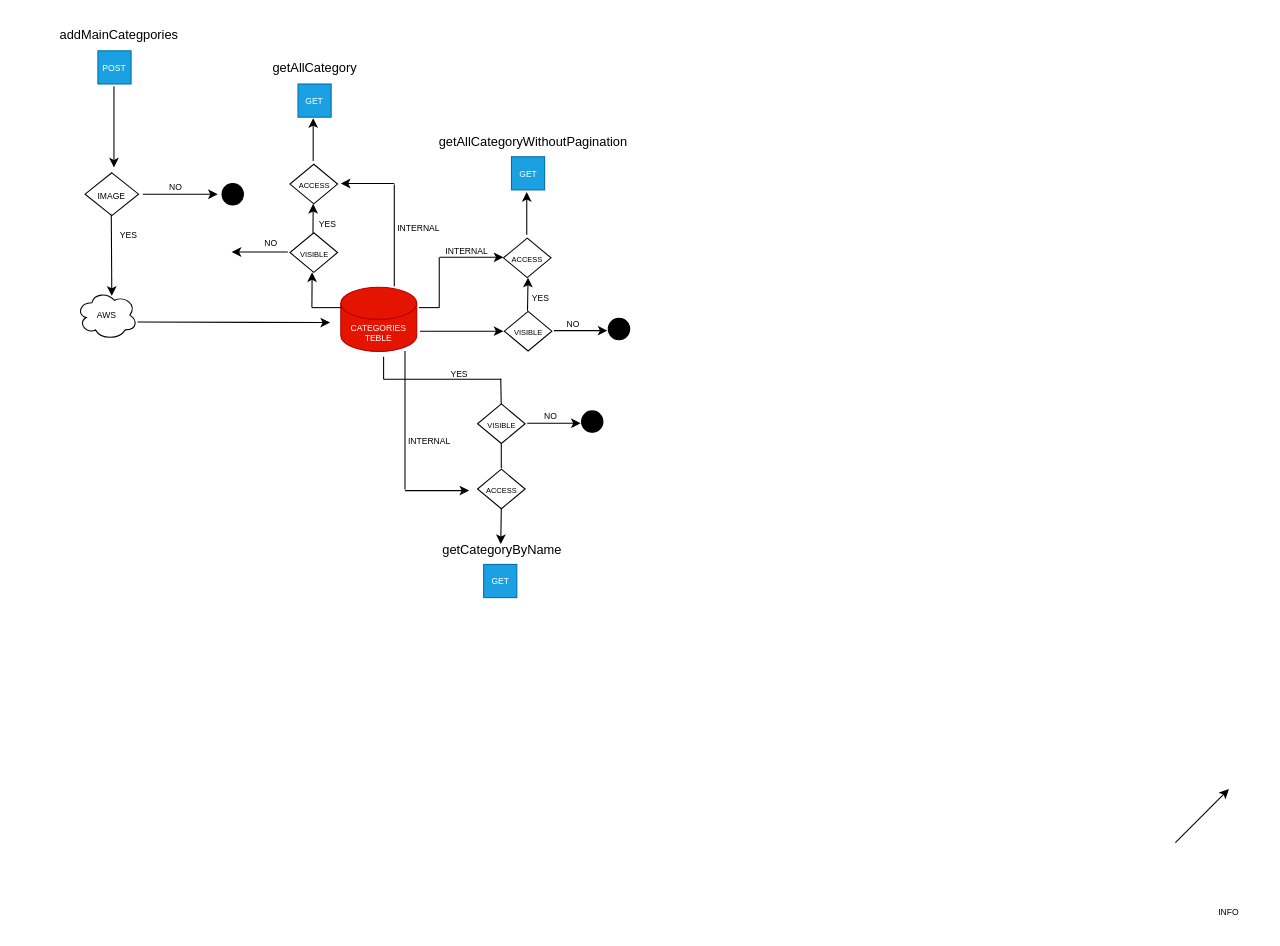
The draw.io diagram Untitled Diagram.drawio in ketdev-og/stackoverflow_test, before the edit. Source tidied: cells renumbered, new cells numbered last; positions are measured from the earlier drawing's top-left corner, leaving out a move shared by most shapes. Both pictures are drawn from the tidied source at 107%, with x=0, y=0 at pixel (76, 18).
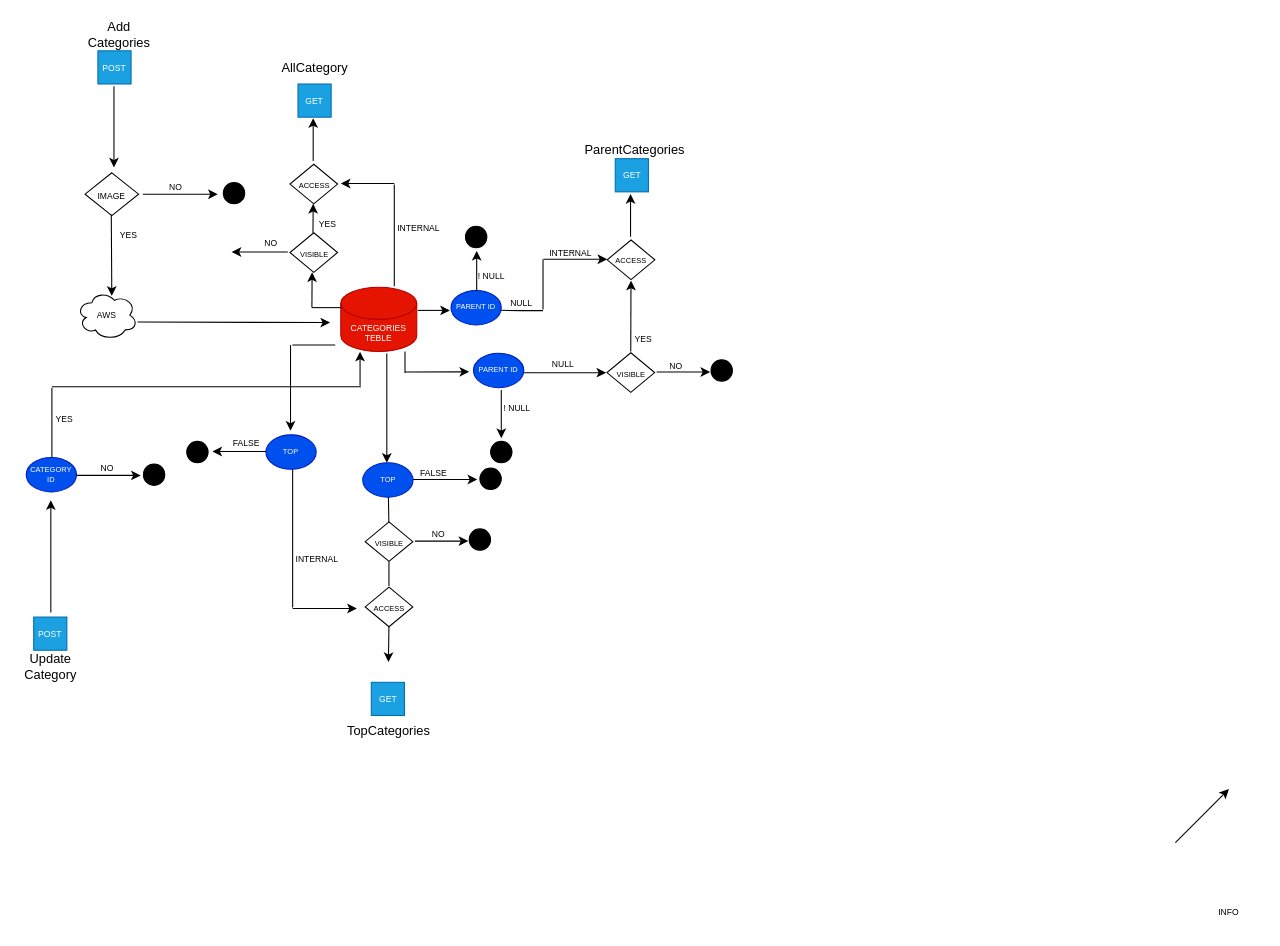
The same diagram, later.

Change to the diagram source:
```diff
@@
     <mxCell id="10" style="ellipse;whiteSpace=wrap;html=1;fontSize=8;fillColor=#000000;" parent="1" vertex="1">
-      <mxGeometry x="136" y="154" width="20" height="20" as="geometry" />
+      <mxGeometry x="137.2" y="153" width="20" height="20" as="geometry" />
     </mxCell>
@@
-    <mxCell id="15" value="addMainCategpories" style="text;html=1;strokeColor=none;fillColor=none;align=center;verticalAlign=middle;whiteSpace=wrap;rounded=0;" parent="1" vertex="1">
+    <mxCell id="15" value="Add Categories" style="text;html=1;strokeColor=none;fillColor=none;align=center;verticalAlign=middle;whiteSpace=wrap;rounded=0;" parent="1" vertex="1">
       <mxGeometry x="10" width="60" height="30" as="geometry" />
     </mxCell>
@@
-    <mxCell id="17" value="getAllCategory" style="text;html=1;strokeColor=none;fillColor=none;align=center;verticalAlign=middle;whiteSpace=wrap;rounded=0;" parent="1" vertex="1">
+    <mxCell id="17" value="AllCategory" style="text;html=1;strokeColor=none;fillColor=none;align=center;verticalAlign=middle;whiteSpace=wrap;rounded=0;" parent="1" vertex="1">
       <mxGeometry x="192.5" y="31" width="60" height="30" as="geometry" />
     </mxCell>
@@
     <mxCell id="29" style="ellipse;whiteSpace=wrap;html=1;fontSize=8;fillColor=#000000;" parent="1" vertex="1">
-      <mxGeometry x="497" y="280" width="20" height="20" as="geometry" />
+      <mxGeometry x="593" y="318.8" width="20" height="20" as="geometry" />
     </mxCell>
@@
     <mxCell id="32" value="GET" style="whiteSpace=wrap;html=1;fontSize=8;fillColor=#1ba1e2;fontColor=#ffffff;strokeColor=#006EAF;" parent="1" vertex="1">
-      <mxGeometry x="406.5" y="129" width="31" height="31" as="geometry" />
+      <mxGeometry x="503.5" y="130.8" width="31" height="31" as="geometry" />
     </mxCell>
-    <mxCell id="33" value="getAllCategoryWithoutPagination" style="text;html=1;strokeColor=none;fillColor=none;align=center;verticalAlign=middle;whiteSpace=wrap;rounded=0;" parent="1" vertex="1">
-      <mxGeometry x="397" y="100" width="60" height="30" as="geometry" />
-    </mxCell>
     <mxCell id="34" value="&lt;font style=&quot;font-size: 7px;&quot;&gt;ACCESS&lt;/font&gt;" style="rhombus;whiteSpace=wrap;html=1;" parent="1" vertex="1">
-      <mxGeometry x="399" y="205" width="44.5" height="37" as="geometry" />
+      <mxGeometry x="496" y="206.8" width="44.5" height="37" as="geometry" />
     </mxCell>
     <mxCell id="35" style="endArrow=classic;html=1;rounded=0;fontSize=7;" parent="1" edge="1">
       <mxGeometry relative="1" as="geometry">
-        <mxPoint x="420.8" y="202" as="sourcePoint" />
-        <mxPoint x="420.8" y="162" as="targetPoint" />
+        <mxPoint x="517.8" y="203.8" as="sourcePoint" />
+        <mxPoint x="517.8" y="163.8" as="targetPoint" />
       </mxGeometry>
     </mxCell>
     <mxCell id="36" style="endArrow=classic;html=1;rounded=0;fontSize=7;" parent="1" edge="1">
       <mxGeometry relative="1" as="geometry">
-        <mxPoint x="339.5" y="223" as="sourcePoint" />
-        <mxPoint x="399" y="223" as="targetPoint" />
+        <mxPoint x="436.5" y="224.8" as="sourcePoint" />
+        <mxPoint x="496" y="224.8" as="targetPoint" />
       </mxGeometry>
     </mxCell>
     <mxCell id="37" style="endArrow=none;html=1;rounded=0;fontSize=7;" parent="1" edge="1">
       <mxGeometry relative="1" as="geometry">
-        <mxPoint x="339" y="270" as="sourcePoint" />
-        <mxPoint x="339" y="223" as="targetPoint" />
+        <mxPoint x="436" y="271.8" as="sourcePoint" />
+        <mxPoint x="436" y="224.8" as="targetPoint" />
       </mxGeometry>
     </mxCell>
     <mxCell id="38" style="endArrow=none;html=1;rounded=0;fontSize=7;" parent="1" edge="1">
       <mxGeometry relative="1" as="geometry">
-        <mxPoint x="320" y="270" as="sourcePoint" />
-        <mxPoint x="339" y="270" as="targetPoint" />
+        <mxPoint x="396" y="272.5" as="sourcePoint" />
+        <mxPoint x="436" y="272.8" as="targetPoint" />
+        <Array as="points">
+          <mxPoint x="416" y="272.8" />
+        </Array>
       </mxGeometry>
     </mxCell>
     <mxCell id="39" value="INTERNAL" style="text;html=1;strokeColor=none;fillColor=none;align=center;verticalAlign=middle;whiteSpace=wrap;rounded=0;fontSize=8;" parent="1" vertex="1">
-      <mxGeometry x="335" y="202" width="60" height="30" as="geometry" />
+      <mxGeometry x="432" y="203.8" width="60" height="30" as="geometry" />
     </mxCell>
     <mxCell id="40" value="&lt;span style=&quot;font-size: 7px;&quot;&gt;VISIBLE&lt;/span&gt;" style="rhombus;whiteSpace=wrap;html=1;" parent="1" vertex="1">
-      <mxGeometry x="399.8" y="273.5" width="44.5" height="37" as="geometry" />
+      <mxGeometry x="495.8" y="312.2" width="44.5" height="37" as="geometry" />
     </mxCell>
     <mxCell id="41" value="YES" style="text;html=1;strokeColor=none;fillColor=none;align=center;verticalAlign=middle;whiteSpace=wrap;rounded=0;fontSize=8;" parent="1" vertex="1">
-      <mxGeometry x="404" y="246" width="60" height="30" as="geometry" />
+      <mxGeometry x="500" y="284.8" width="60" height="30" as="geometry" />
     </mxCell>
     <mxCell id="42" style="endArrow=classic;html=1;rounded=0;fontSize=7;" parent="1" edge="1">
       <mxGeometry relative="1" as="geometry">
-        <mxPoint x="421.5" y="273" as="sourcePoint" />
-        <mxPoint x="422" y="242" as="targetPoint" />
+        <mxPoint x="518" y="311" as="sourcePoint" />
+        <mxPoint x="518.2" y="244.8" as="targetPoint" />
       </mxGeometry>
     </mxCell>
     <mxCell id="43" style="endArrow=classic;html=1;rounded=0;fontSize=7;" parent="1" edge="1">
       <mxGeometry relative="1" as="geometry">
-        <mxPoint x="446.2" y="291.5" as="sourcePoint" />
-        <mxPoint x="496.2" y="291.5" as="targetPoint" />
+        <mxPoint x="542.2" y="330.2" as="sourcePoint" />
+        <mxPoint x="592.2" y="330.2" as="targetPoint" />
       </mxGeometry>
     </mxCell>
     <mxCell id="44" value="NO" style="text;html=1;strokeColor=none;fillColor=none;align=center;verticalAlign=middle;whiteSpace=wrap;rounded=0;fontSize=8;" parent="1" vertex="1">
-      <mxGeometry x="437.5" y="276" width="53" height="20" as="geometry" />
+      <mxGeometry x="533.5" y="314.8" width="53" height="20" as="geometry" />
     </mxCell>
     <mxCell id="45" style="endArrow=classic;html=1;rounded=0;fontSize=7;" parent="1" edge="1">
       <mxGeometry relative="1" as="geometry">
-        <mxPoint x="321" y="292" as="sourcePoint" />
-        <mxPoint x="399" y="292" as="targetPoint" />
+        <mxPoint x="417" y="330.8" as="sourcePoint" />
+        <mxPoint x="495" y="330.8" as="targetPoint" />
       </mxGeometry>
     </mxCell>
     <mxCell id="46" value="GET" style="whiteSpace=wrap;html=1;fontSize=8;fillColor=#1ba1e2;fontColor=#ffffff;strokeColor=#006EAF;" parent="1" vertex="1">
-      <mxGeometry x="380.5" y="510" width="31" height="31" as="geometry" />
+      <mxGeometry x="275.5" y="620.2" width="31" height="31" as="geometry" />
     </mxCell>
-    <mxCell id="47" value="getCategoryByName" style="text;html=1;strokeColor=none;fillColor=none;align=center;verticalAlign=middle;whiteSpace=wrap;rounded=0;" parent="1" vertex="1">
-      <mxGeometry x="368" y="482" width="60" height="30" as="geometry" />
-    </mxCell>
     <mxCell id="48" value="&lt;font style=&quot;font-size: 7px;&quot;&gt;ACCESS&lt;/font&gt;" style="rhombus;whiteSpace=wrap;html=1;" parent="1" vertex="1">
-      <mxGeometry x="374.8" y="421" width="44.5" height="37" as="geometry" />
+      <mxGeometry x="269.8" y="531.2" width="44.5" height="37" as="geometry" />
     </mxCell>
     <mxCell id="49" style="endArrow=classic;html=1;rounded=0;fontSize=7;" parent="1" edge="1">
       <mxGeometry relative="1" as="geometry">
-        <mxPoint x="397" y="458" as="sourcePoint" />
-        <mxPoint x="396.5" y="491" as="targetPoint" />
+        <mxPoint x="292" y="568.2" as="sourcePoint" />
+        <mxPoint x="291.5" y="601.2" as="targetPoint" />
       </mxGeometry>
     </mxCell>
     <mxCell id="50" style="endArrow=none;html=1;rounded=0;fontSize=7;" parent="1" edge="1">
       <mxGeometry relative="1" as="geometry">
-        <mxPoint x="307" y="440" as="sourcePoint" />
-        <mxPoint x="307" y="310.5" as="targetPoint" />
+        <mxPoint x="202" y="550.2" as="sourcePoint" />
+        <mxPoint x="202" y="420.8" as="targetPoint" />
       </mxGeometry>
     </mxCell>
     <mxCell id="51" style="endArrow=classic;html=1;rounded=0;fontSize=7;" parent="1" edge="1">
       <mxGeometry relative="1" as="geometry">
-        <mxPoint x="307" y="441" as="sourcePoint" />
-        <mxPoint x="367" y="441" as="targetPoint" />
+        <mxPoint x="202" y="551.2" as="sourcePoint" />
+        <mxPoint x="262" y="551.2" as="targetPoint" />
       </mxGeometry>
     </mxCell>
     <mxCell id="52" value="INTERNAL" style="text;html=1;strokeColor=none;fillColor=none;align=center;verticalAlign=middle;whiteSpace=wrap;rounded=0;fontSize=8;" parent="1" vertex="1">
-      <mxGeometry x="300" y="380" width="60" height="30" as="geometry" />
+      <mxGeometry x="195" y="490.2" width="60" height="30" as="geometry" />
     </mxCell>
-    <mxCell id="53" style="endArrow=none;html=1;rounded=0;fontSize=7;" parent="1" edge="1">
-      <mxGeometry relative="1" as="geometry">
-        <mxPoint x="287" y="337" as="sourcePoint" />
-        <mxPoint x="397" y="337" as="targetPoint" />
-      </mxGeometry>
-    </mxCell>
-    <mxCell id="54" style="endArrow=none;html=1;rounded=0;fontSize=7;" parent="1" edge="1">
-      <mxGeometry relative="1" as="geometry">
-        <mxPoint x="287" y="316" as="sourcePoint" />
-        <mxPoint x="287" y="337" as="targetPoint" />
-      </mxGeometry>
-    </mxCell>
     <mxCell id="55" style="endArrow=none;html=1;rounded=0;fontSize=7;" parent="1" edge="1">
       <mxGeometry relative="1" as="geometry">
-        <mxPoint x="396.5" y="336.5" as="sourcePoint" />
-        <mxPoint x="397" y="364" as="targetPoint" />
+        <mxPoint x="291.5" y="446.8" as="sourcePoint" />
+        <mxPoint x="292" y="474.2" as="targetPoint" />
       </mxGeometry>
     </mxCell>
     <mxCell id="56" value="&lt;span style=&quot;font-size: 7px;&quot;&gt;VISIBLE&lt;/span&gt;" style="rhombus;whiteSpace=wrap;html=1;" parent="1" vertex="1">
-      <mxGeometry x="374.8" y="360" width="44.5" height="37" as="geometry" />
+      <mxGeometry x="269.8" y="470.2" width="44.5" height="37" as="geometry" />
     </mxCell>
     <mxCell id="57" style="endArrow=none;html=1;rounded=0;fontSize=7;" parent="1" edge="1">
       <mxGeometry relative="1" as="geometry">
-        <mxPoint x="397" y="420" as="sourcePoint" />
-        <mxPoint x="397" y="397" as="targetPoint" />
+        <mxPoint x="292" y="530.2" as="sourcePoint" />
+        <mxPoint x="292" y="507.2" as="targetPoint" />
       </mxGeometry>
     </mxCell>
     <mxCell id="58" style="ellipse;whiteSpace=wrap;html=1;fontSize=8;fillColor=#000000;" parent="1" vertex="1">
-      <mxGeometry x="472" y="366.5" width="20" height="20" as="geometry" />
+      <mxGeometry x="367" y="476.8" width="20" height="20" as="geometry" />
     </mxCell>
     <mxCell id="59" style="endArrow=classic;html=1;rounded=0;fontSize=7;" parent="1" edge="1">
       <mxGeometry relative="1" as="geometry">
-        <mxPoint x="421.2" y="378" as="sourcePoint" />
-        <mxPoint x="471.2" y="378" as="targetPoint" />
+        <mxPoint x="316.2" y="488.2" as="sourcePoint" />
+        <mxPoint x="366.2" y="488.2" as="targetPoint" />
       </mxGeometry>
     </mxCell>
     <mxCell id="60" value="NO" style="text;html=1;strokeColor=none;fillColor=none;align=center;verticalAlign=middle;whiteSpace=wrap;rounded=0;fontSize=8;" parent="1" vertex="1">
-      <mxGeometry x="417.2" y="362" width="53" height="20" as="geometry" />
+      <mxGeometry x="312.2" y="472.2" width="53" height="20" as="geometry" />
     </mxCell>
+    <mxCell id="62" value="ParentCategories" style="text;html=1;strokeColor=none;fillColor=none;align=center;verticalAlign=middle;whiteSpace=wrap;rounded=0;" parent="1" vertex="1">
+      <mxGeometry x="492" y="107.8" width="60" height="30" as="geometry" />
+    </mxCell>
+    <mxCell id="63" value="PARENT ID" style="ellipse;whiteSpace=wrap;html=1;fontSize=7;fillColor=#0050ef;fontColor=#ffffff;strokeColor=#001DBC;" parent="1" vertex="1">
+      <mxGeometry x="350" y="254" width="47" height="32.2" as="geometry" />
+    </mxCell>
+    <mxCell id="64" style="endArrow=classic;html=1;rounded=0;fontSize=7;" parent="1" edge="1">
+      <mxGeometry relative="1" as="geometry">
+        <mxPoint x="374" y="254" as="sourcePoint" />
+        <mxPoint x="374" y="217" as="targetPoint" />
+      </mxGeometry>
+    </mxCell>
+    <mxCell id="65" value="! NULL" style="text;html=1;strokeColor=none;fillColor=none;align=center;verticalAlign=middle;whiteSpace=wrap;rounded=0;fontSize=8;" parent="1" vertex="1">
+      <mxGeometry x="358" y="226" width="60" height="30" as="geometry" />
+    </mxCell>
+    <mxCell id="66" style="ellipse;whiteSpace=wrap;html=1;fontSize=8;fillColor=#000000;" parent="1" vertex="1">
+      <mxGeometry x="363.5" y="194" width="20" height="20" as="geometry" />
+    </mxCell>
+    <mxCell id="67" style="endArrow=classic;html=1;rounded=0;fontSize=7;" parent="1" edge="1">
+      <mxGeometry relative="1" as="geometry">
+        <mxPoint x="319" y="272.6" as="sourcePoint" />
+        <mxPoint x="349" y="272.6" as="targetPoint" />
+      </mxGeometry>
+    </mxCell>
+    <mxCell id="68" value="PARENT ID" style="ellipse;whiteSpace=wrap;html=1;fontSize=7;fillColor=#0050ef;fontColor=#ffffff;strokeColor=#001DBC;" parent="1" vertex="1">
+      <mxGeometry x="371" y="312.6" width="47" height="32.2" as="geometry" />
+    </mxCell>
+    <mxCell id="69" style="endArrow=classic;html=1;rounded=0;fontSize=7;" parent="1" edge="1">
+      <mxGeometry relative="1" as="geometry">
+        <mxPoint x="397" y="346.9" as="sourcePoint" />
+        <mxPoint x="397" y="392" as="targetPoint" />
+      </mxGeometry>
+    </mxCell>
+    <mxCell id="70" value="! NULL" style="text;html=1;strokeColor=none;fillColor=none;align=center;verticalAlign=middle;whiteSpace=wrap;rounded=0;fontSize=8;" parent="1" vertex="1">
+      <mxGeometry x="381.5" y="349.2" width="60" height="30" as="geometry" />
+    </mxCell>
+    <mxCell id="71" value="NULL" style="text;html=1;strokeColor=none;fillColor=none;align=center;verticalAlign=middle;whiteSpace=wrap;rounded=0;fontSize=8;" parent="1" vertex="1">
+      <mxGeometry x="386" y="251" width="60" height="30" as="geometry" />
+    </mxCell>
+    <mxCell id="72" value="NULL" style="text;html=1;strokeColor=none;fillColor=none;align=center;verticalAlign=middle;whiteSpace=wrap;rounded=0;fontSize=8;" parent="1" vertex="1">
+      <mxGeometry x="425" y="307.8" width="60" height="30" as="geometry" />
+    </mxCell>
+    <mxCell id="73" style="ellipse;whiteSpace=wrap;html=1;fontSize=8;fillColor=#000000;" parent="1" vertex="1">
+      <mxGeometry x="387" y="395" width="20" height="20" as="geometry" />
+    </mxCell>
+    <mxCell id="74" style="endArrow=none;html=1;rounded=0;fontSize=7;" parent="1" edge="1">
+      <mxGeometry relative="1" as="geometry">
+        <mxPoint x="307" y="311" as="sourcePoint" />
+        <mxPoint x="307" y="331" as="targetPoint" />
+      </mxGeometry>
+    </mxCell>
+    <mxCell id="75" style="endArrow=classic;html=1;rounded=0;fontSize=7;" parent="1" edge="1">
+      <mxGeometry relative="1" as="geometry">
+        <mxPoint x="307" y="330.2" as="sourcePoint" />
+        <mxPoint x="367" y="330" as="targetPoint" />
+      </mxGeometry>
+    </mxCell>
+    <mxCell id="76" value="TopCategories" style="text;html=1;strokeColor=none;fillColor=none;align=center;verticalAlign=middle;whiteSpace=wrap;rounded=0;" parent="1" vertex="1">
+      <mxGeometry x="262" y="651.2" width="60" height="30" as="geometry" />
+    </mxCell>
+    <mxCell id="77" value="TOP" style="ellipse;whiteSpace=wrap;html=1;fontSize=7;fillColor=#0050ef;fontColor=#ffffff;strokeColor=#001DBC;" parent="1" vertex="1">
+      <mxGeometry x="267.5" y="415" width="47" height="32.2" as="geometry" />
+    </mxCell>
+    <mxCell id="78" style="endArrow=classic;html=1;rounded=0;fontSize=7;" parent="1" edge="1">
+      <mxGeometry relative="1" as="geometry">
+        <mxPoint x="290" y="312.8" as="sourcePoint" />
+        <mxPoint x="290" y="415" as="targetPoint" />
+      </mxGeometry>
+    </mxCell>
+    <mxCell id="79" value="TOP" style="ellipse;whiteSpace=wrap;html=1;fontSize=7;fillColor=#0050ef;fontColor=#ffffff;strokeColor=#001DBC;" parent="1" vertex="1">
+      <mxGeometry x="177" y="388.9" width="47" height="32.2" as="geometry" />
+    </mxCell>
+    <mxCell id="80" style="endArrow=classic;html=1;rounded=0;fontSize=7;" parent="1" edge="1">
+      <mxGeometry relative="1" as="geometry">
+        <mxPoint x="314.5" y="430.6" as="sourcePoint" />
+        <mxPoint x="374.5" y="430.6" as="targetPoint" />
+      </mxGeometry>
+    </mxCell>
+    <mxCell id="81" value="FALSE" style="text;html=1;strokeColor=none;fillColor=none;align=center;verticalAlign=middle;whiteSpace=wrap;rounded=0;fontSize=8;" parent="1" vertex="1">
+      <mxGeometry x="303.5" y="410" width="60" height="30" as="geometry" />
+    </mxCell>
+    <mxCell id="82" style="ellipse;whiteSpace=wrap;html=1;fontSize=8;fillColor=#000000;" parent="1" vertex="1">
+      <mxGeometry x="377" y="420" width="20" height="20" as="geometry" />
+    </mxCell>
+    <mxCell id="83" style="endArrow=classic;html=1;rounded=0;fontSize=7;" parent="1" edge="1">
+      <mxGeometry relative="1" as="geometry">
+        <mxPoint x="177" y="404.5" as="sourcePoint" />
+        <mxPoint x="127" y="404.5" as="targetPoint" />
+      </mxGeometry>
+    </mxCell>
+    <mxCell id="84" value="FALSE" style="text;html=1;strokeColor=none;fillColor=none;align=center;verticalAlign=middle;whiteSpace=wrap;rounded=0;fontSize=8;" parent="1" vertex="1">
+      <mxGeometry x="128.5" y="381.9" width="60" height="30" as="geometry" />
+    </mxCell>
+    <mxCell id="85" style="endArrow=classic;html=1;rounded=0;fontSize=7;" parent="1" edge="1">
+      <mxGeometry relative="1" as="geometry">
+        <mxPoint x="200" y="305" as="sourcePoint" />
+        <mxPoint x="200" y="385" as="targetPoint" />
+      </mxGeometry>
+    </mxCell>
+    <mxCell id="86" style="ellipse;whiteSpace=wrap;html=1;fontSize=8;fillColor=#000000;" parent="1" vertex="1">
+      <mxGeometry x="103" y="395" width="20" height="20" as="geometry" />
+    </mxCell>
+    <mxCell id="87" style="endArrow=none;html=1;rounded=0;fontSize=7;" parent="1" edge="1">
+      <mxGeometry relative="1" as="geometry">
+        <mxPoint x="201.8" y="305" as="sourcePoint" />
+        <mxPoint x="241.8" y="305" as="targetPoint" />
+      </mxGeometry>
+    </mxCell>
+    <mxCell id="88" style="endArrow=classic;html=1;rounded=0;fontSize=7;" parent="1" edge="1">
+      <mxGeometry relative="1" as="geometry">
+        <mxPoint x="265" y="343" as="sourcePoint" />
+        <mxPoint x="265" y="311.2" as="targetPoint" />
+      </mxGeometry>
+    </mxCell>
+    <mxCell id="89" style="endArrow=none;html=1;rounded=0;fontSize=7;" parent="1" edge="1">
+      <mxGeometry relative="1" as="geometry">
+        <mxPoint x="-23" y="344" as="sourcePoint" />
+        <mxPoint x="265.8" y="343.9" as="targetPoint" />
+      </mxGeometry>
+    </mxCell>
+    <mxCell id="90" style="endArrow=none;html=1;rounded=0;fontSize=7;" parent="1" edge="1">
+      <mxGeometry relative="1" as="geometry">
+        <mxPoint x="-23" y="414.9" as="sourcePoint" />
+        <mxPoint x="-23" y="344.9" as="targetPoint" />
+      </mxGeometry>
+    </mxCell>
+    <mxCell id="91" value="CATEGORY&lt;br&gt;ID" style="ellipse;whiteSpace=wrap;html=1;fontSize=7;fillColor=#0050ef;fontColor=#ffffff;strokeColor=#001DBC;" parent="1" vertex="1">
+      <mxGeometry x="-47" y="410" width="47" height="32.2" as="geometry" />
+    </mxCell>
+    <mxCell id="92" style="endArrow=classic;html=1;rounded=0;fontSize=7;" parent="1" edge="1">
+      <mxGeometry relative="1" as="geometry">
+        <mxPoint y="426.8" as="sourcePoint" />
+        <mxPoint x="60" y="426.8" as="targetPoint" />
+      </mxGeometry>
+    </mxCell>
+    <mxCell id="93" style="ellipse;whiteSpace=wrap;html=1;fontSize=8;fillColor=#000000;" parent="1" vertex="1">
+      <mxGeometry x="62.5" y="416.1" width="20" height="20" as="geometry" />
+    </mxCell>
+    <mxCell id="94" value="NO" style="text;html=1;strokeColor=none;fillColor=none;align=center;verticalAlign=middle;whiteSpace=wrap;rounded=0;fontSize=8;" parent="1" vertex="1">
+      <mxGeometry x="-1.5" y="405.1" width="60" height="30" as="geometry" />
+    </mxCell>
+    <mxCell id="95" value="POST" style="whiteSpace=wrap;html=1;fontSize=8;fillColor=#1ba1e2;fontColor=#ffffff;strokeColor=#006EAF;" parent="1" vertex="1">
+      <mxGeometry x="-40" y="559.2" width="31" height="31" as="geometry" />
+    </mxCell>
+    <mxCell id="96" style="endArrow=classic;html=1;rounded=0;fontSize=7;" parent="1" edge="1">
+      <mxGeometry relative="1" as="geometry">
+        <mxPoint x="-24" y="555" as="sourcePoint" />
+        <mxPoint x="-24" y="450" as="targetPoint" />
+      </mxGeometry>
+    </mxCell>
+    <mxCell id="97" value="Update Category" style="text;html=1;strokeColor=none;fillColor=none;align=center;verticalAlign=middle;whiteSpace=wrap;rounded=0;" parent="1" vertex="1">
+      <mxGeometry x="-54.5" y="591.2" width="60" height="30" as="geometry" />
+    </mxCell>
     <mxCell id="61" value="YES" style="text;html=1;strokeColor=none;fillColor=none;align=center;verticalAlign=middle;whiteSpace=wrap;rounded=0;fontSize=8;" parent="1" vertex="1">
-      <mxGeometry x="328" y="317" width="60" height="30" as="geometry" />
+      <mxGeometry x="-41" y="358.9" width="60" height="30" as="geometry" />
     </mxCell>
```
